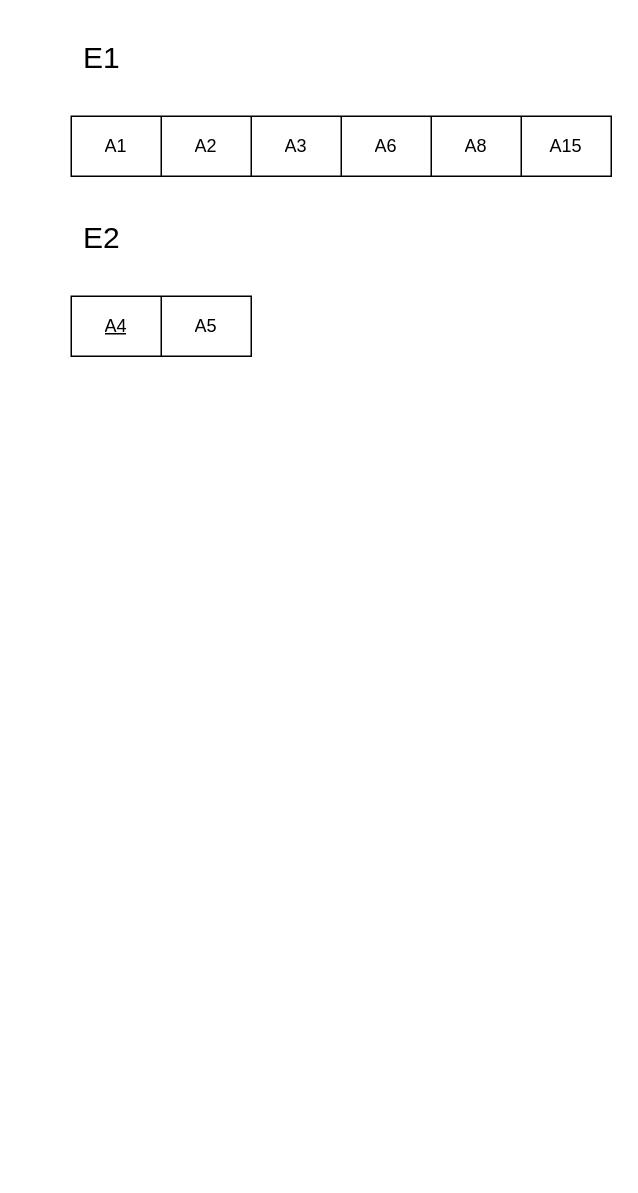
The draw.io diagram 未命名绘图.drawio in zhangnailiang/ER, before the edit. Source tidied: cells renumbered, new cells numbered last; positions are measured from the earlier drawing's top-left corner, leaving out a move shared by most shapes. Both pictures are drawn from the tidied source at 150%, with x=0, y=0 at pixel (26, 26).
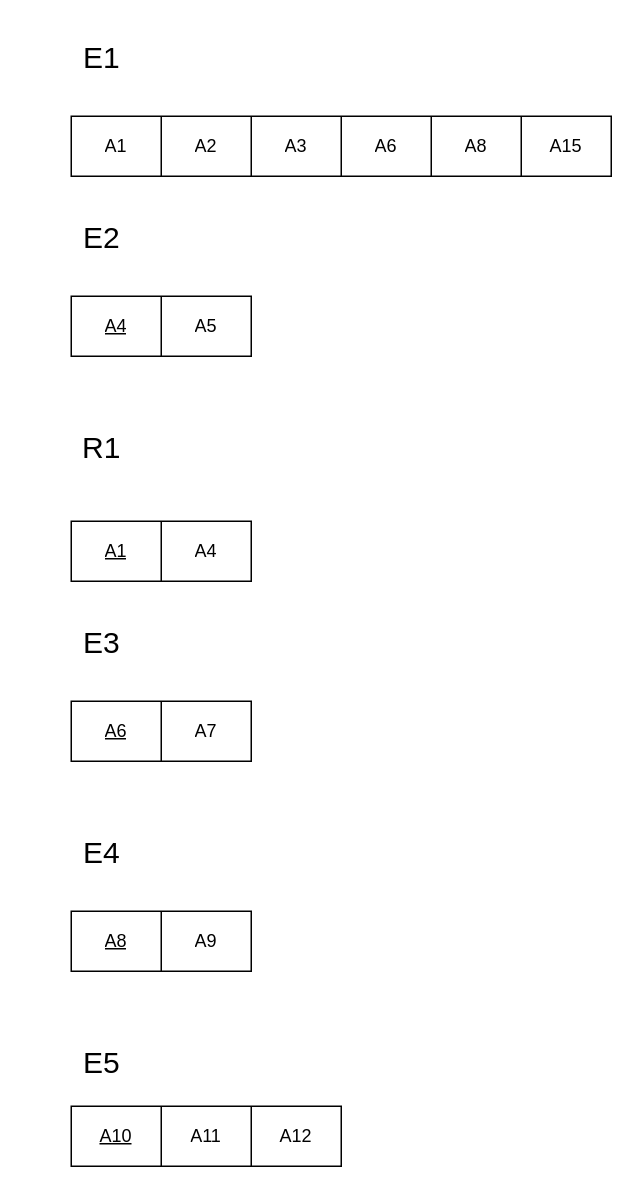
Above is the later version.

The edit, as a diff of the source:
```diff
@@
+    <mxCell id="16" value="&lt;span style=&quot;font-size: 20px; font-weight: 400;&quot;&gt;R1&lt;/span&gt;" style="text;strokeColor=none;fillColor=none;html=1;fontSize=24;fontStyle=1;verticalAlign=middle;align=center;" parent="1" vertex="1">
+      <mxGeometry y="260" width="100" height="40" as="geometry" />
+    </mxCell>
+    <mxCell id="17" style="shape=table;startSize=0;childLayout=tableLayout;" parent="1" vertex="1">
+      <mxGeometry x="30" y="330" width="120" height="40" as="geometry" />
+    </mxCell>
+    <mxCell id="18" style="shape=tableRow;horizontal=0;startSize=0;swimlaneHead=0;swimlaneBody=0;strokeColor=inherit;top=0;left=0;bottom=0;right=0;fillColor=none;" parent="17" vertex="1">
+      <mxGeometry width="120" height="40" as="geometry" />
+    </mxCell>
+    <mxCell id="19" value="&lt;u&gt;A1&lt;/u&gt;" style="shape=partialRectangle;html=1;whiteSpace=wrap;strokeColor=inherit;overflow=hidden;fillColor=none;top=0;left=0;bottom=0;right=0;" parent="18" vertex="1">
+      <mxGeometry width="60" height="40" as="geometry" />
+    </mxCell>
+    <mxCell id="20" value="A4" style="shape=partialRectangle;html=1;whiteSpace=wrap;strokeColor=inherit;overflow=hidden;fillColor=none;top=0;left=0;bottom=0;right=0;" parent="18" vertex="1">
+      <mxGeometry x="60" width="60" height="40" as="geometry" />
+    </mxCell>
+    <mxCell id="21" value="&lt;span style=&quot;font-weight: normal;&quot;&gt;&lt;font style=&quot;font-size: 20px;&quot;&gt;E3&lt;/font&gt;&lt;/span&gt;" style="text;strokeColor=none;fillColor=none;html=1;fontSize=24;fontStyle=1;verticalAlign=middle;align=center;" parent="1" vertex="1">
+      <mxGeometry y="390" width="100" height="40" as="geometry" />
+    </mxCell>
+    <mxCell id="22" style="shape=table;startSize=0;childLayout=tableLayout;" parent="1" vertex="1">
+      <mxGeometry x="30" y="450" width="120" height="40" as="geometry" />
+    </mxCell>
+    <mxCell id="23" style="shape=tableRow;horizontal=0;startSize=0;swimlaneHead=0;swimlaneBody=0;strokeColor=inherit;top=0;left=0;bottom=0;right=0;fillColor=none;" parent="22" vertex="1">
+      <mxGeometry width="120" height="40" as="geometry" />
+    </mxCell>
+    <mxCell id="24" value="&lt;u&gt;A6&lt;/u&gt;" style="shape=partialRectangle;html=1;whiteSpace=wrap;strokeColor=inherit;overflow=hidden;fillColor=none;top=0;left=0;bottom=0;right=0;" parent="23" vertex="1">
+      <mxGeometry width="60" height="40" as="geometry" />
+    </mxCell>
+    <mxCell id="25" value="A7" style="shape=partialRectangle;html=1;whiteSpace=wrap;strokeColor=inherit;overflow=hidden;fillColor=none;top=0;left=0;bottom=0;right=0;" parent="23" vertex="1">
+      <mxGeometry x="60" width="60" height="40" as="geometry" />
+    </mxCell>
+    <mxCell id="26" value="&lt;span style=&quot;font-weight: normal;&quot;&gt;&lt;font style=&quot;font-size: 20px;&quot;&gt;E4&lt;/font&gt;&lt;/span&gt;" style="text;strokeColor=none;fillColor=none;html=1;fontSize=24;fontStyle=1;verticalAlign=middle;align=center;" parent="1" vertex="1">
+      <mxGeometry y="530" width="100" height="40" as="geometry" />
+    </mxCell>
+    <mxCell id="27" style="shape=table;startSize=0;childLayout=tableLayout;" parent="1" vertex="1">
+      <mxGeometry x="30" y="590" width="120" height="40" as="geometry" />
+    </mxCell>
+    <mxCell id="28" style="shape=tableRow;horizontal=0;startSize=0;swimlaneHead=0;swimlaneBody=0;strokeColor=inherit;top=0;left=0;bottom=0;right=0;fillColor=none;" parent="27" vertex="1">
+      <mxGeometry width="120" height="40" as="geometry" />
+    </mxCell>
+    <mxCell id="29" value="&lt;u&gt;A8&lt;/u&gt;" style="shape=partialRectangle;html=1;whiteSpace=wrap;strokeColor=inherit;overflow=hidden;fillColor=none;top=0;left=0;bottom=0;right=0;" parent="28" vertex="1">
+      <mxGeometry width="60" height="40" as="geometry" />
+    </mxCell>
+    <mxCell id="30" value="A9" style="shape=partialRectangle;html=1;whiteSpace=wrap;strokeColor=inherit;overflow=hidden;fillColor=none;top=0;left=0;bottom=0;right=0;" parent="28" vertex="1">
+      <mxGeometry x="60" width="60" height="40" as="geometry" />
+    </mxCell>
+    <mxCell id="31" style="shape=table;startSize=0;childLayout=tableLayout;" parent="1" vertex="1">
+      <mxGeometry x="30" y="720" width="180" height="40" as="geometry" />
+    </mxCell>
+    <mxCell id="32" style="shape=tableRow;horizontal=0;startSize=0;swimlaneHead=0;swimlaneBody=0;strokeColor=inherit;top=0;left=0;bottom=0;right=0;fillColor=none;" parent="31" vertex="1">
+      <mxGeometry width="180" height="40" as="geometry" />
+    </mxCell>
+    <mxCell id="33" value="&lt;u&gt;A10&lt;/u&gt;" style="shape=partialRectangle;html=1;whiteSpace=wrap;strokeColor=inherit;overflow=hidden;fillColor=none;top=0;left=0;bottom=0;right=0;" parent="32" vertex="1">
+      <mxGeometry width="60" height="40" as="geometry" />
+    </mxCell>
+    <mxCell id="34" value="A11" style="shape=partialRectangle;html=1;whiteSpace=wrap;strokeColor=inherit;overflow=hidden;fillColor=none;top=0;left=0;bottom=0;right=0;" parent="32" vertex="1">
+      <mxGeometry x="60" width="60" height="40" as="geometry" />
+    </mxCell>
+    <mxCell id="35" value="A12" style="shape=partialRectangle;html=1;whiteSpace=wrap;strokeColor=inherit;overflow=hidden;fillColor=none;top=0;left=0;bottom=0;right=0;" parent="32" vertex="1">
+      <mxGeometry x="120" width="60" height="40" as="geometry" />
+    </mxCell>
+    <mxCell id="36" value="&lt;span style=&quot;font-size: 20px; font-weight: 400;&quot;&gt;E5&lt;/span&gt;" style="text;strokeColor=none;fillColor=none;html=1;fontSize=24;fontStyle=1;verticalAlign=middle;align=center;" parent="1" vertex="1">
+      <mxGeometry y="670" width="100" height="40" as="geometry" />
+    </mxCell>
```
